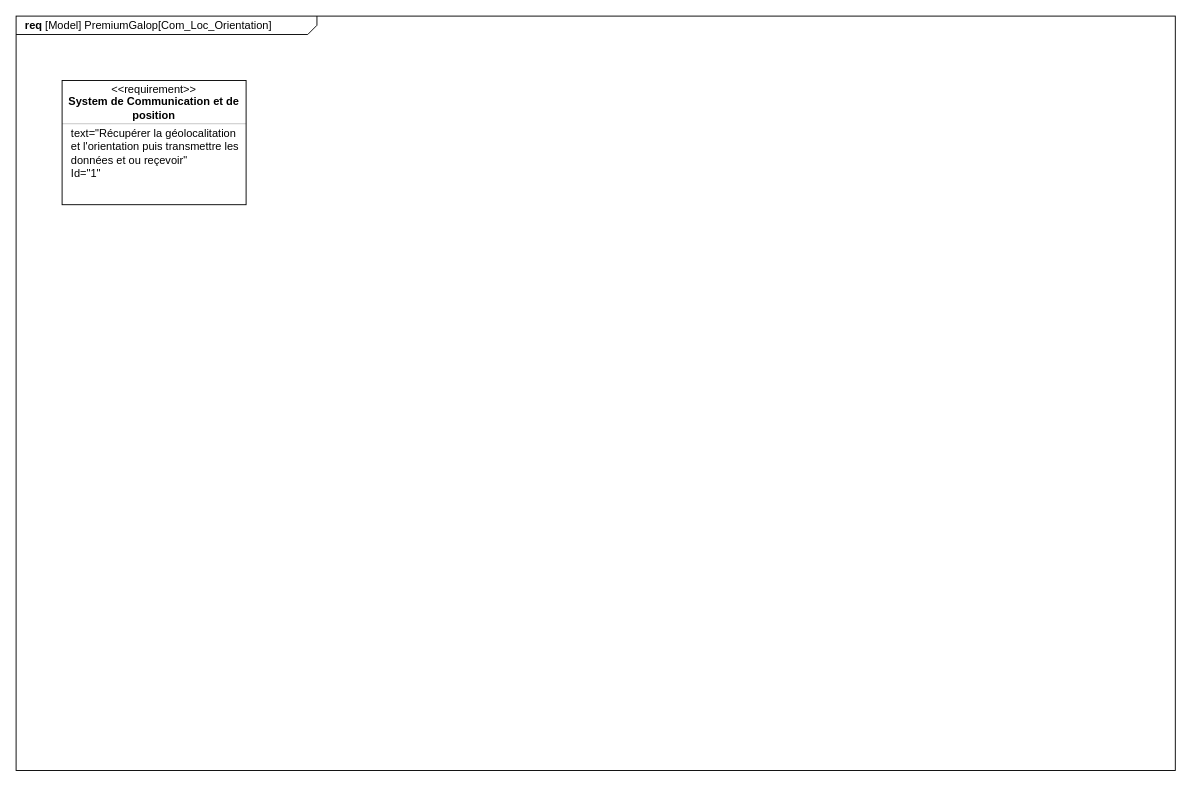
ToGen49/Hippodrome keeps this draw.io diagram as SYSML/Req_communication_géolocalisation_orientation.drawio. Above is the earlier version. Source tidied: cells renumbered, new cells numbered last; positions are measured from the earlier drawing's top-left corner, leaving out a move shared by most shapes. Both pictures are drawn from the tidied source at 92%, with x=0, y=0 at pixel (16, 16).
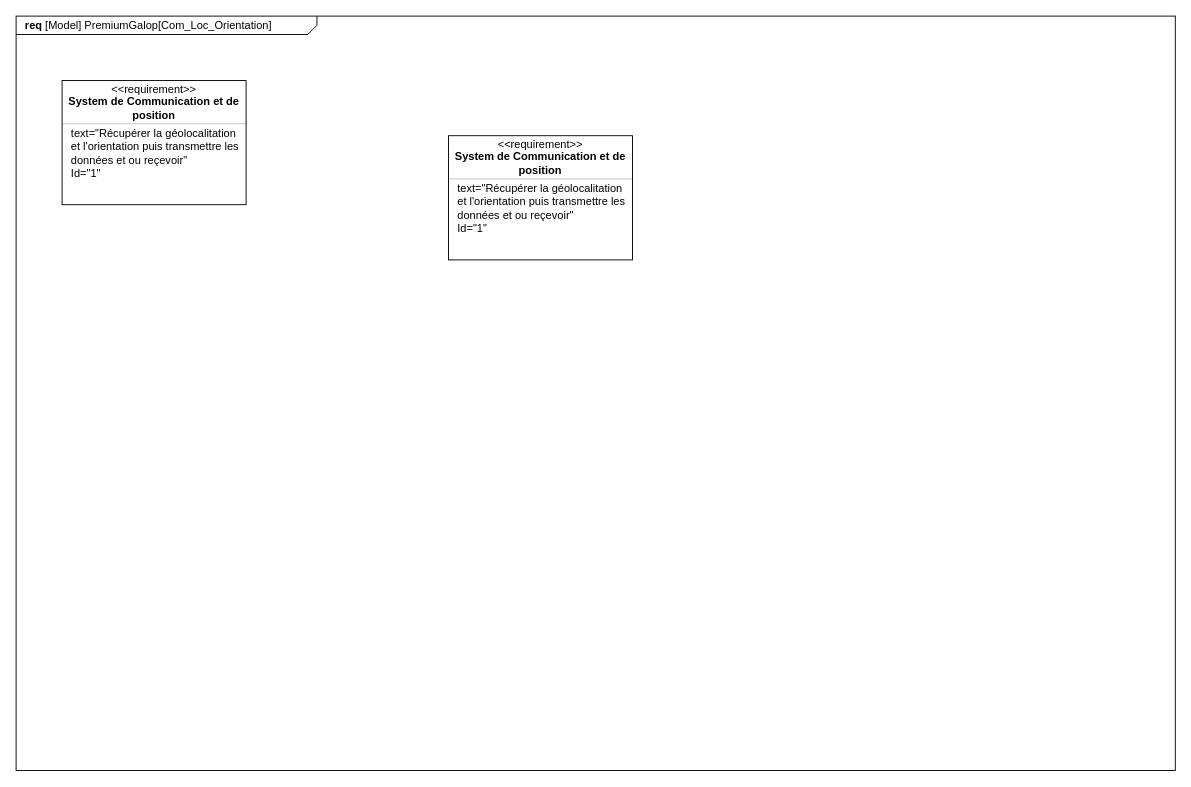
The same page after the edit.

Commit message (it also covers changes not shown here):
Mettre à jour Req_communication_géolocalisation_orientation.drawio

Diff of the diagram source:
```diff
@@
 <mxGraphModel>
   <root>
     <mxCell id="0" />
     <mxCell id="1" parent="0" />
     <mxCell id="2" value="&lt;p style=&quot;margin: 0px ; margin-top: 4px ; margin-left: 10px ; text-align: left&quot;&gt;&lt;b&gt;req&lt;/b&gt; [Model] PremiumGalop[Com_Loc_Orientation]&lt;/p&gt;" style="html=1;strokeWidth=1;shape=mxgraph.sysml.package;html=1;overflow=fill;whiteSpace=wrap;fillColor=none;gradientColor=none;fontSize=12;align=center;labelX=327.64;" parent="1" vertex="1">
       <mxGeometry width="1260" height="820" as="geometry" />
     </mxCell>
     <mxCell id="3" style="fontStyle=1;align=center;verticalAlign=middle;horizontal=1;" parent="1" vertex="1">
       <mxGeometry x="50" y="70" width="200" height="135" as="geometry" />
     </mxCell>
     <mxCell id="4" value="&amp;lt;&amp;lt;requirement&amp;gt;&amp;gt;" style="html=1;align=center;spacing=0;verticalAlign=middle;strokeColor=none;fillColor=none;whiteSpace=wrap;spacingTop=3;" parent="3" vertex="1">
       <mxGeometry width="200" height="16" as="geometry" />
     </mxCell>
     <mxCell id="5" value="System de Communication et de position" style="html=1;align=center;spacing=0;verticalAlign=middle;strokeColor=none;fillColor=none;whiteSpace=wrap;fontStyle=1;" parent="3" vertex="1">
       <mxGeometry y="16" width="200" height="27" as="geometry" />
     </mxCell>
     <mxCell id="6" style="line;strokeWidth=0.25;fillColor=none;align=left;verticalAlign=middle;spacingTop=-1;spacingLeft=3;spacingRight=3;labelPosition=right;" parent="3" vertex="1">
       <mxGeometry y="43" width="200" height="8" as="geometry" />
     </mxCell>
     <mxCell id="7" value="text=&quot;Récupérer la géolocalitation et l'orientation puis transmettre les données et ou reçevoir&quot;" style="html=1;align=left;spacing=0;verticalAlign=middle;strokeColor=none;fillColor=none;whiteSpace=wrap;spacingLeft=10;" parent="3" vertex="1">
       <mxGeometry y="51" width="200" height="42" as="geometry" />
     </mxCell>
     <mxCell id="8" value="Id=&quot;1&quot;" style="html=1;align=left;spacing=0;verticalAlign=middle;strokeColor=none;fillColor=none;whiteSpace=wrap;spacingLeft=10;" parent="3" vertex="1">
       <mxGeometry y="93" width="200" height="16" as="geometry" />
     </mxCell>
     <mxCell id="9" style="html=1;align=center;spacing=0;verticalAlign=middle;strokeColor=none;fillColor=none;whiteSpace=wrap;" parent="3" vertex="1">
       <mxGeometry y="109" width="200" height="26" as="geometry" />
     </mxCell>
+    <mxCell id="10" style="fontStyle=1;align=center;verticalAlign=middle;horizontal=1;" parent="1" vertex="1">
+      <mxGeometry x="470" y="130" width="200" height="135" as="geometry" />
+    </mxCell>
+    <mxCell id="11" value="&amp;lt;&amp;lt;requirement&amp;gt;&amp;gt;" style="html=1;align=center;spacing=0;verticalAlign=middle;strokeColor=none;fillColor=none;whiteSpace=wrap;spacingTop=3;" parent="10" vertex="1">
+      <mxGeometry width="200" height="16" as="geometry" />
+    </mxCell>
+    <mxCell id="12" value="System de Communication et de position" style="html=1;align=center;spacing=0;verticalAlign=middle;strokeColor=none;fillColor=none;whiteSpace=wrap;fontStyle=1;" parent="10" vertex="1">
+      <mxGeometry y="16" width="200" height="27" as="geometry" />
+    </mxCell>
+    <mxCell id="13" style="line;strokeWidth=0.25;fillColor=none;align=left;verticalAlign=middle;spacingTop=-1;spacingLeft=3;spacingRight=3;labelPosition=right;" parent="10" vertex="1">
+      <mxGeometry y="43" width="200" height="8" as="geometry" />
+    </mxCell>
+    <mxCell id="14" value="text=&quot;Récupérer la géolocalitation et l'orientation puis transmettre les données et ou reçevoir&quot;" style="html=1;align=left;spacing=0;verticalAlign=middle;strokeColor=none;fillColor=none;whiteSpace=wrap;spacingLeft=10;" parent="10" vertex="1">
+      <mxGeometry y="51" width="200" height="42" as="geometry" />
+    </mxCell>
+    <mxCell id="15" value="Id=&quot;1&quot;" style="html=1;align=left;spacing=0;verticalAlign=middle;strokeColor=none;fillColor=none;whiteSpace=wrap;spacingLeft=10;" parent="10" vertex="1">
+      <mxGeometry y="93" width="200" height="16" as="geometry" />
+    </mxCell>
+    <mxCell id="16" style="html=1;align=center;spacing=0;verticalAlign=middle;strokeColor=none;fillColor=none;whiteSpace=wrap;" parent="10" vertex="1">
+      <mxGeometry y="109" width="200" height="26" as="geometry" />
+    </mxCell>
   </root>
 </mxGraphModel>
```
